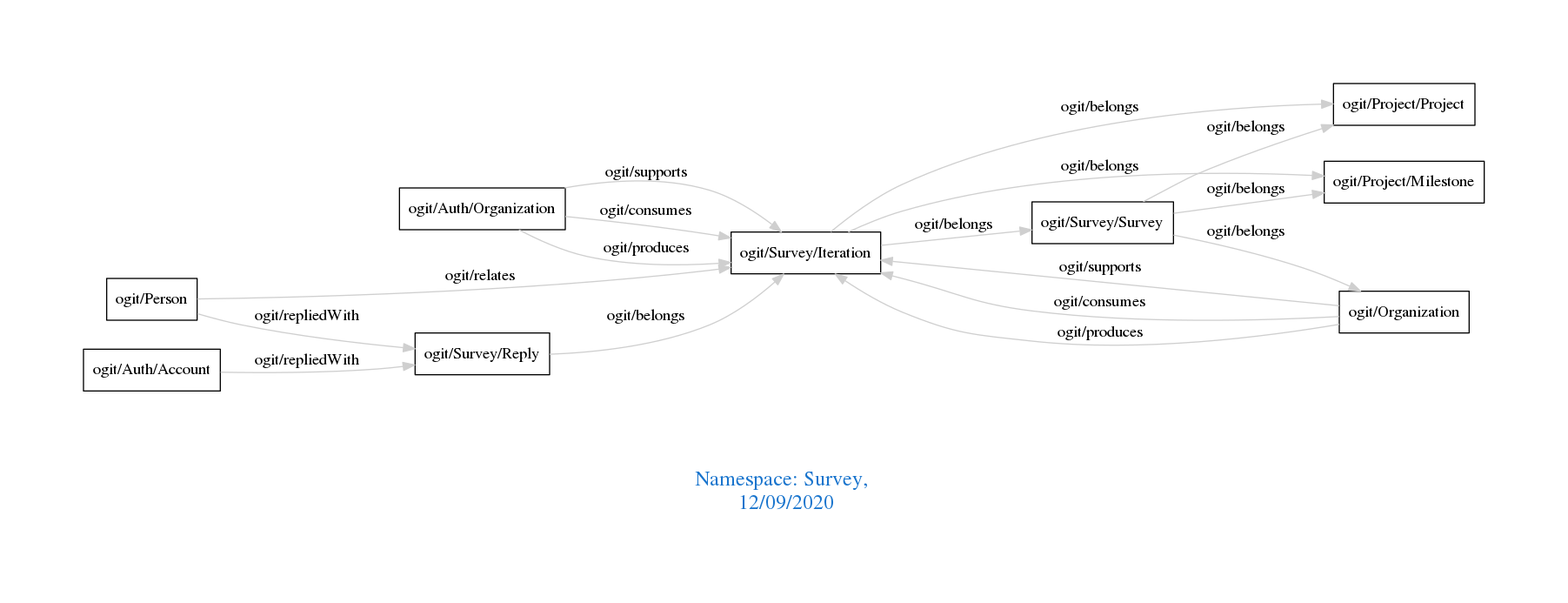
Earlier version of the Graphviz export downloads/Survey.png (arago/OGIT). Its source is kept beside it as downloads/Survey.dot.
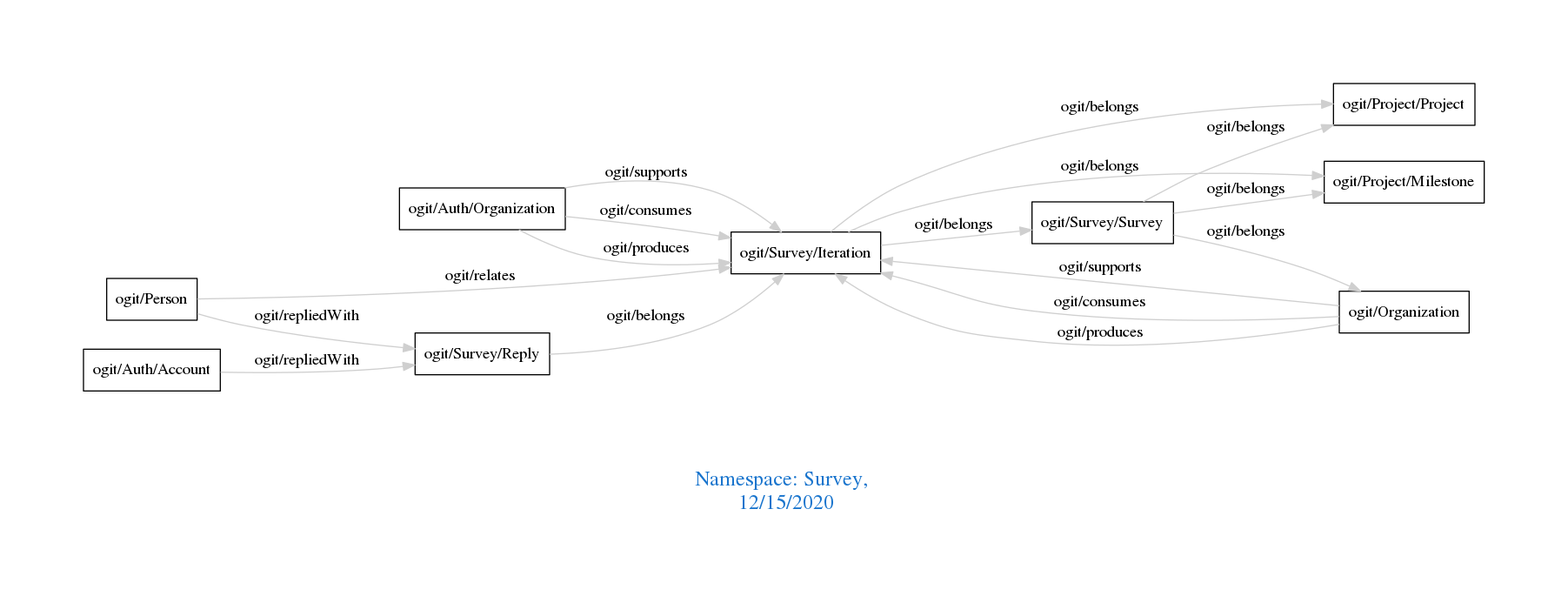
Later version of the same file.

The edit, as a diff of the source:
```diff
@@ -1,7 +1,7 @@
 digraph OGIT_ontology {
  graph [ rankdir= LR,pad=1
 fontsize = 18,
-fontcolor= dodgerblue3,label = "\n\n\nNamespace: Survey, \n 12/09/2020"];
+fontcolor= dodgerblue3,label = "\n\n\nNamespace: Survey, \n 12/15/2020"];
 node[shape=polygon];
 edge [  color="gray81"];
 
```
